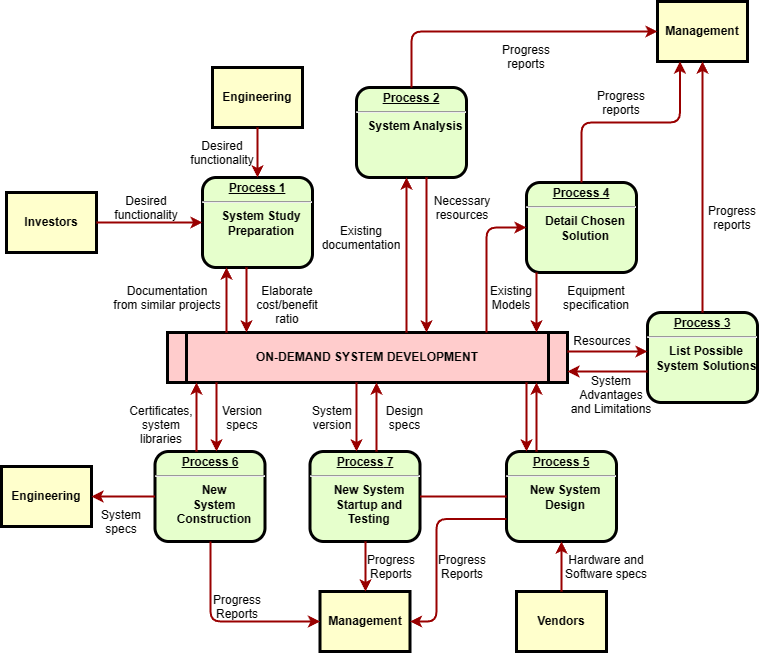
The draw.io diagram 12345.drawio.png in msc3000/draw.io.files, before a commit. Source tidied: cells renumbered, new cells last; positions are measured from the earlier drawing's top-left corner, leaving out a move shared by most shapes.
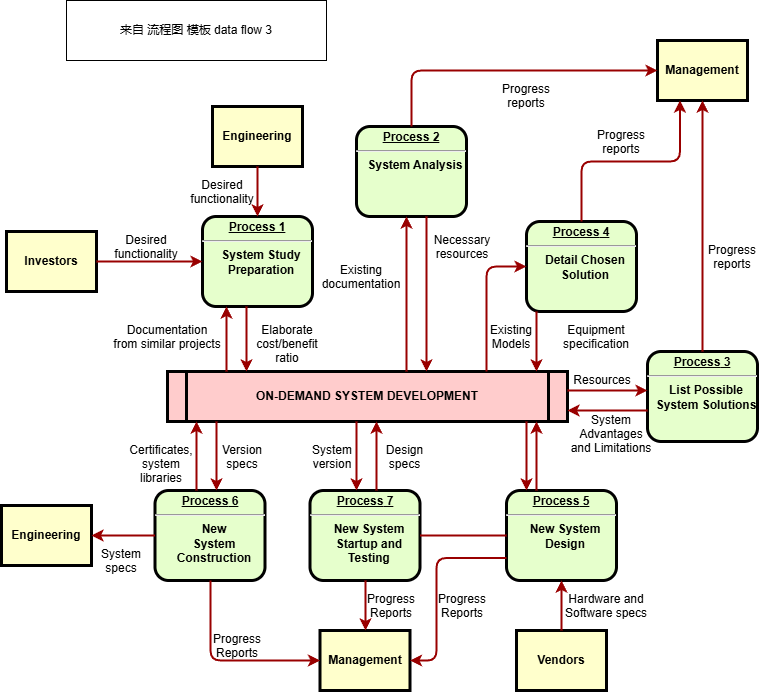
The same file after the commit.

Commit message:
更新12345.drawio.png 来自 流程图 模板 data flow 3

Diff of the diagram source:
```diff
@@ -253,5 +253,8 @@
     <mxCell id="62" value="System&#10;version" style="text;spacingTop=-5;align=center;" parent="1" vertex="1">
       <mxGeometry x="316" y="401" width="30" height="20" as="geometry" />
     </mxCell>
+    <mxCell id="63" value="来自 流程图 模板 data flow 3" style="rounded=0;whiteSpace=wrap;html=1;" parent="1" vertex="1">
+      <mxGeometry x="65" y="-40" width="260" height="60" as="geometry" />
+    </mxCell>
   </root>
 </mxGraphModel>
```
